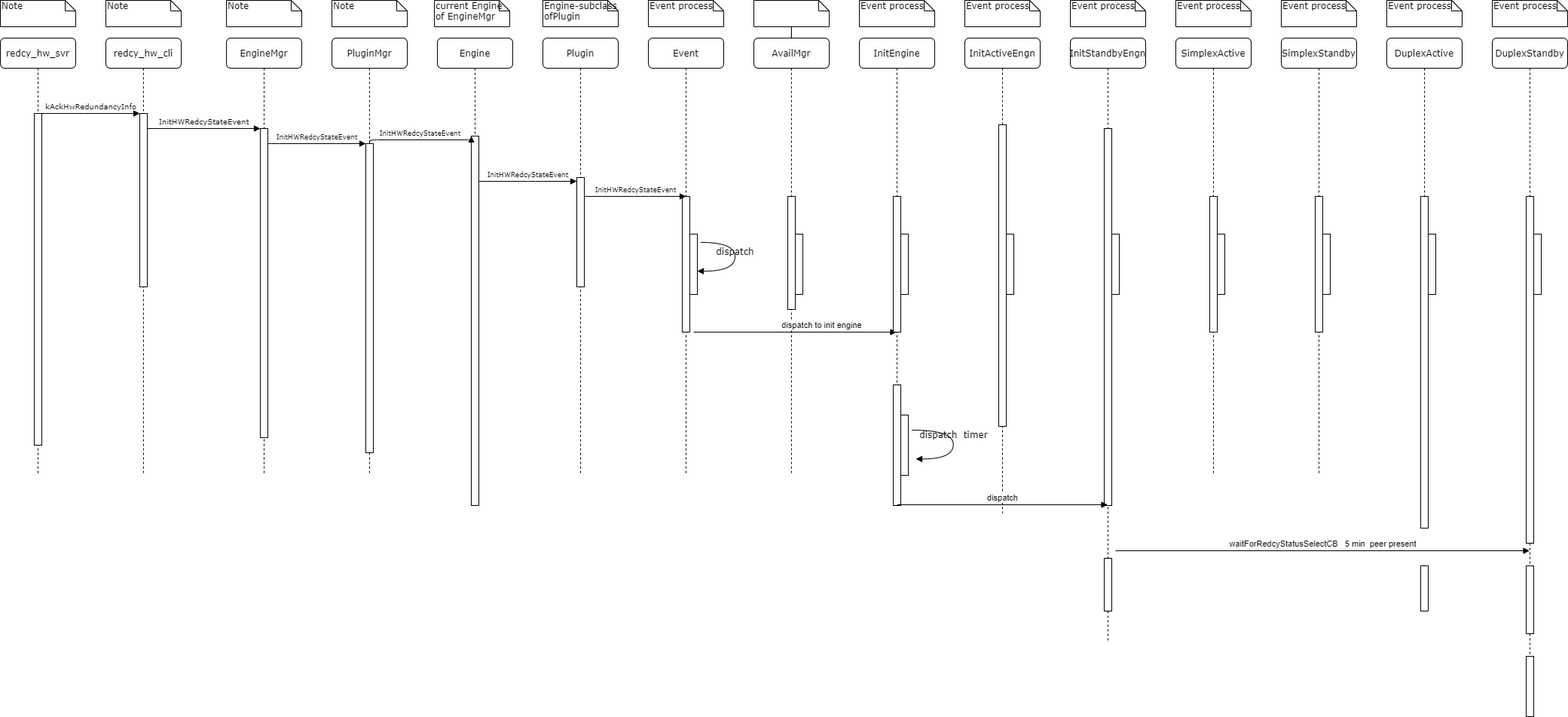
Before: UML/StartStandbyRedundancy.png, a diagram exported from draw.io (Steve888888/FN-Redundancy). Source tidied: cells renumbered, new cells last; positions are measured from the earlier drawing's top-left corner, leaving out a move shared by most shapes.
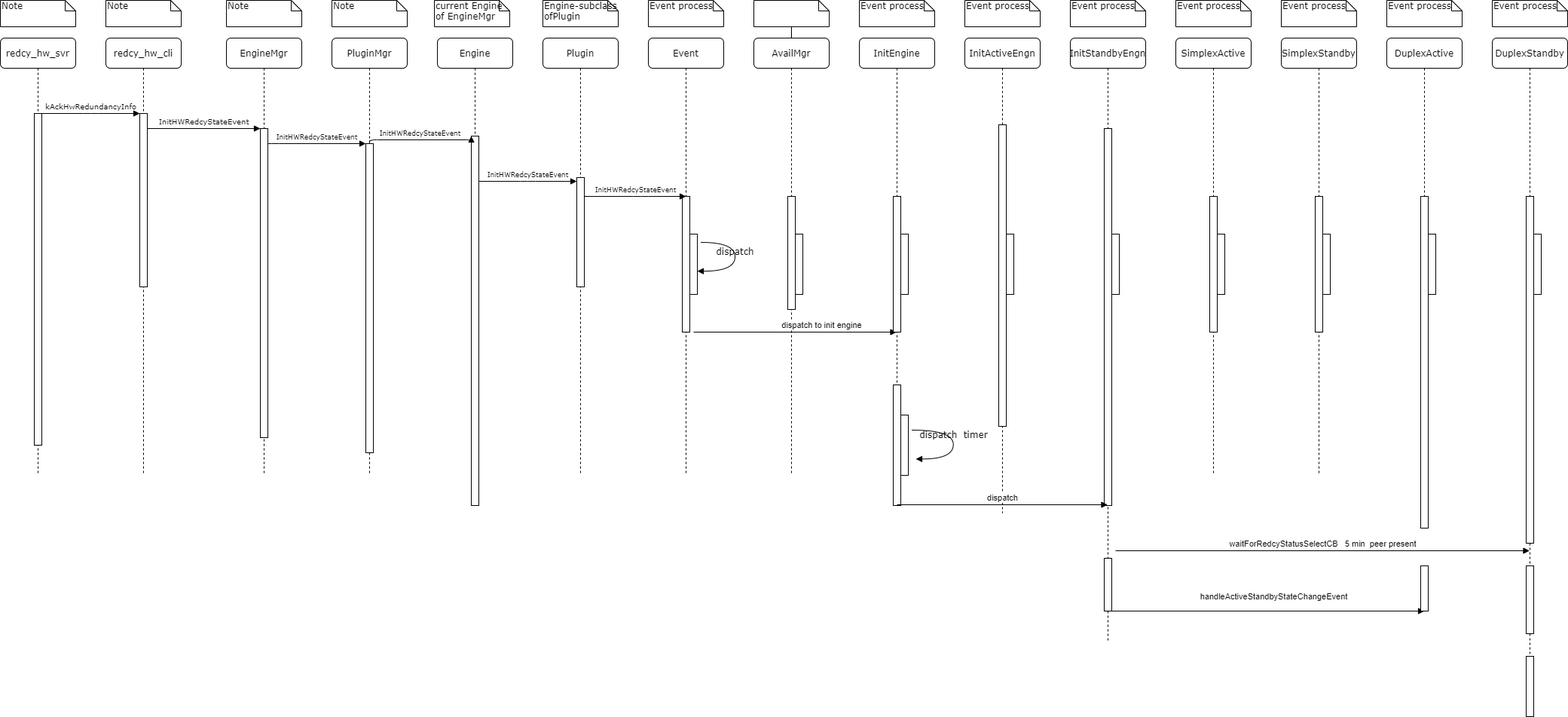
After the commit.

The edit, as a diff of the source:
```diff
@@ -189,6 +189,11 @@
         <mxPoint x="60" y="680" as="sourcePoint" />
       </mxGeometry>
     </mxCell>
+    <mxCell id="74" value="handleActiveStandbyStateChangeEvent" style="html=1;verticalAlign=bottom;endArrow=block;entryX=0.5;entryY=1;entryDx=0;entryDy=0;entryPerimeter=0;" parent="49" edge="1" target="72">
+      <mxGeometry x="0.05" y="10" relative="1" as="geometry">
+        <mxPoint x="50" y="760" as="sourcePoint" />
+      </mxGeometry>
+    </mxCell>
     <mxCell id="54" value="Event process" style="shape=note;whiteSpace=wrap;html=1;size=14;verticalAlign=top;align=left;spacingTop=-6;rounded=0;shadow=0;comic=0;labelBackgroundColor=none;strokeWidth=1;fontFamily=Verdana;fontSize=12;" parent="1" vertex="1">
       <mxGeometry x="1560" width="100" height="35" as="geometry" />
     </mxCell>
```
